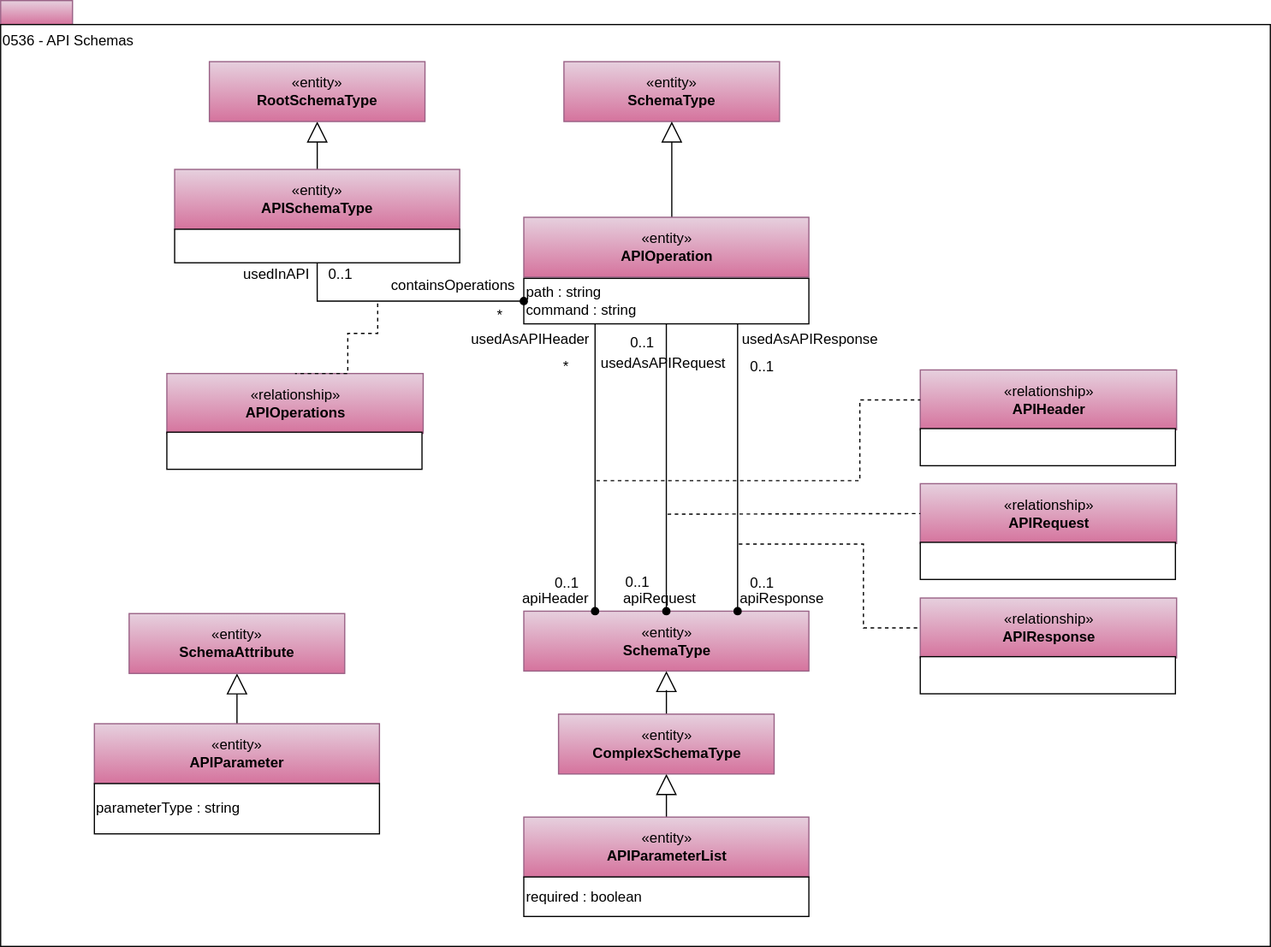
Earlier version of the draw.io export site/docs/types/5/0536-API-Schemas.svg (odpi/egeria-docs). Source tidied: cells renumbered, new cells last; positions are measured from the earlier drawing's top-left corner, leaving out a move shared by most shapes.
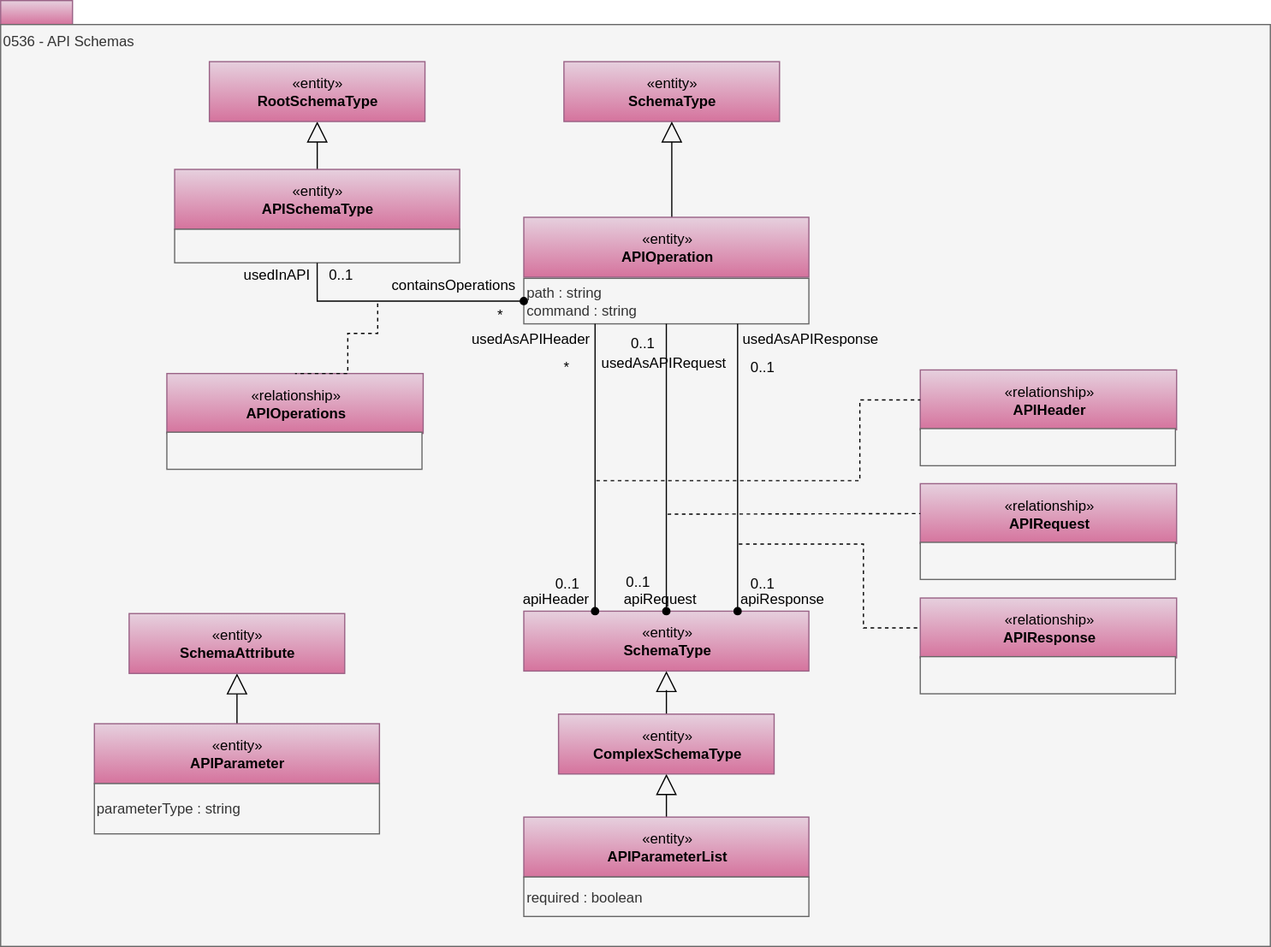
Above is the later version.

Change to the diagram source:
```diff
@@ -5,7 +5,7 @@
     <mxCell id="2" style="rounded=0;whiteSpace=wrap;html=1;align=left;fillColor=#e6d0de;strokeColor=#996185;gradientColor=#d5739d;" parent="1" vertex="1">
       <mxGeometry width="60" height="20" as="geometry" />
     </mxCell>
-    <mxCell id="3" value="0536 - API Schemas" style="rounded=0;whiteSpace=wrap;html=1;align=left;verticalAlign=top;" parent="1" vertex="1">
+    <mxCell id="3" value="0536 - API Schemas" style="rounded=0;whiteSpace=wrap;html=1;align=left;verticalAlign=top;fillColor=#f5f5f5;fontColor=#333333;strokeColor=#666666;" parent="1" vertex="1">
       <mxGeometry y="20" width="1060" height="770" as="geometry" />
     </mxCell>
     <mxCell id="4" style="edgeStyle=orthogonalEdgeStyle;rounded=0;jumpSize=16;jettySize=auto;html=1;endArrow=block;endFill=0;endSize=15;" parent="1" edge="1" source="5" target="49">
@@ -14,7 +14,7 @@
     <mxCell id="5" value="«entity»&lt;br&gt;&lt;b&gt;APISchemaType&lt;/b&gt;" style="html=1;strokeColor=#996185;align=center;fillColor=#e6d0de;gradientColor=#d5739d;" parent="1" vertex="1">
       <mxGeometry x="145.2" y="141" width="238" height="50" as="geometry" />
     </mxCell>
-    <mxCell id="6" style="rounded=0;whiteSpace=wrap;html=1;strokeColor=#000000;gradientColor=#ffffff;align=left;" parent="1" vertex="1">
+    <mxCell id="6" style="rounded=0;whiteSpace=wrap;html=1;strokeColor=#666666;align=left;fillColor=#f5f5f5;fontColor=#333333;" parent="1" vertex="1">
       <mxGeometry x="145.2" y="191" width="238" height="28" as="geometry" />
     </mxCell>
     <mxCell id="7" value="«entity»&lt;br&gt;&lt;b&gt;SchemaType&lt;/b&gt;" style="html=1;strokeColor=#996185;align=center;fillColor=#e6d0de;gradientColor=#d5739d;" parent="1" vertex="1">
@@ -31,7 +31,7 @@
     <mxCell id="9" value="«entity»&lt;br&gt;&lt;b&gt;APIOperation&lt;/b&gt;" style="html=1;strokeColor=#996185;align=center;fillColor=#e6d0de;gradientColor=#d5739d;" parent="1" vertex="1">
       <mxGeometry x="436.8" y="181" width="238" height="50" as="geometry" />
     </mxCell>
-    <mxCell id="10" value="path : string&lt;br&gt;command : string" style="rounded=0;whiteSpace=wrap;html=1;strokeColor=#000000;gradientColor=#ffffff;align=left;" parent="1" vertex="1">
+    <mxCell id="10" value="path : string&lt;br&gt;command : string" style="rounded=0;whiteSpace=wrap;html=1;strokeColor=#666666;align=left;fillColor=#f5f5f5;fontColor=#333333;" parent="1" vertex="1">
       <mxGeometry x="436.8" y="232" width="238" height="38" as="geometry" />
     </mxCell>
     <mxCell id="11" value="*" style="text;html=1;strokeColor=none;fillColor=none;align=center;verticalAlign=middle;whiteSpace=wrap;rounded=0;" parent="1" vertex="1">
@@ -58,7 +58,7 @@
         </Array>
       </mxGeometry>
     </mxCell>
-    <mxCell id="17" value="&lt;div style=&quot;text-align: left&quot;&gt;&lt;br&gt;&lt;/div&gt;" style="rounded=0;whiteSpace=wrap;html=1;strokeColor=#000000;gradientColor=#ffffff;align=left;" parent="1" vertex="1">
+    <mxCell id="17" value="&lt;div style=&quot;text-align: left&quot;&gt;&lt;br&gt;&lt;/div&gt;" style="rounded=0;whiteSpace=wrap;html=1;strokeColor=#666666;align=left;fillColor=#f5f5f5;fontColor=#333333;" parent="1" vertex="1">
       <mxGeometry x="138.8" y="360.5" width="213" height="31" as="geometry" />
     </mxCell>
     <mxCell id="18" value="«entity»&lt;br&gt;&lt;b&gt;SchemaType&lt;/b&gt;" style="html=1;strokeColor=#996185;align=center;fillColor=#e6d0de;gradientColor=#d5739d;" parent="1" vertex="1">
@@ -113,7 +113,7 @@
         </Array>
       </mxGeometry>
     </mxCell>
-    <mxCell id="33" value="&lt;div style=&quot;text-align: left&quot;&gt;&lt;br&gt;&lt;/div&gt;" style="rounded=0;whiteSpace=wrap;html=1;strokeColor=#000000;gradientColor=#ffffff;align=left;" parent="1" vertex="1">
+    <mxCell id="33" value="&lt;div style=&quot;text-align: left&quot;&gt;&lt;br&gt;&lt;/div&gt;" style="rounded=0;whiteSpace=wrap;html=1;strokeColor=#666666;align=left;fillColor=#f5f5f5;fontColor=#333333;" parent="1" vertex="1">
       <mxGeometry x="767.8" y="357.5" width="213" height="31" as="geometry" />
     </mxCell>
     <mxCell id="34" value="«relationship»&lt;br&gt;&lt;b&gt;APIRequest&lt;br&gt;&lt;/b&gt;" style="html=1;strokeColor=#996185;align=center;fillColor=#e6d0de;gradientColor=#d5739d;" parent="1" vertex="1">
@@ -127,7 +127,7 @@
         </Array>
       </mxGeometry>
     </mxCell>
-    <mxCell id="36" value="&lt;div style=&quot;text-align: left&quot;&gt;&lt;br&gt;&lt;/div&gt;" style="rounded=0;whiteSpace=wrap;html=1;strokeColor=#000000;gradientColor=#ffffff;align=left;" parent="1" vertex="1">
+    <mxCell id="36" value="&lt;div style=&quot;text-align: left&quot;&gt;&lt;br&gt;&lt;/div&gt;" style="rounded=0;whiteSpace=wrap;html=1;strokeColor=#666666;align=left;fillColor=#f5f5f5;fontColor=#333333;" parent="1" vertex="1">
       <mxGeometry x="767.8" y="452.5" width="213" height="31" as="geometry" />
     </mxCell>
     <mxCell id="37" value="«relationship»&lt;br&gt;&lt;b&gt;APIResponse&lt;br&gt;&lt;/b&gt;" style="html=1;strokeColor=#996185;align=center;fillColor=#e6d0de;gradientColor=#d5739d;" parent="1" vertex="1">
@@ -142,7 +142,7 @@
         </Array>
       </mxGeometry>
     </mxCell>
-    <mxCell id="39" value="&lt;div style=&quot;text-align: left&quot;&gt;&lt;br&gt;&lt;/div&gt;" style="rounded=0;whiteSpace=wrap;html=1;strokeColor=#000000;gradientColor=#ffffff;align=left;" parent="1" vertex="1">
+    <mxCell id="39" value="&lt;div style=&quot;text-align: left&quot;&gt;&lt;br&gt;&lt;/div&gt;" style="rounded=0;whiteSpace=wrap;html=1;strokeColor=#666666;align=left;fillColor=#f5f5f5;fontColor=#333333;" parent="1" vertex="1">
       <mxGeometry x="767.8" y="548" width="213" height="31" as="geometry" />
     </mxCell>
     <mxCell id="40" style="edgeStyle=orthogonalEdgeStyle;rounded=0;jettySize=auto;html=1;endArrow=block;endFill=0;endSize=15;" parent="1" edge="1" source="41" target="47">
@@ -156,7 +156,7 @@
     <mxCell id="41" value="«entity»&lt;br&gt;&lt;b&gt;APIParameterList&lt;/b&gt;" style="html=1;strokeColor=#996185;align=center;fillColor=#e6d0de;gradientColor=#d5739d;" parent="1" vertex="1">
       <mxGeometry x="436.8" y="682" width="238" height="50" as="geometry" />
     </mxCell>
-    <mxCell id="42" value="required : boolean" style="rounded=0;whiteSpace=wrap;html=1;strokeColor=#000000;gradientColor=#ffffff;align=left;" parent="1" vertex="1">
+    <mxCell id="42" value="required : boolean" style="rounded=0;whiteSpace=wrap;html=1;strokeColor=#666666;align=left;fillColor=#f5f5f5;fontColor=#333333;" parent="1" vertex="1">
       <mxGeometry x="436.8" y="732" width="238" height="33" as="geometry" />
     </mxCell>
     <mxCell id="43" style="edgeStyle=orthogonalEdgeStyle;rounded=0;jettySize=auto;html=1;endArrow=block;endFill=0;endSize=15;" parent="1" edge="1" source="44" target="48">
@@ -165,7 +165,7 @@
     <mxCell id="44" value="«entity»&lt;br&gt;&lt;b&gt;APIParameter&lt;/b&gt;" style="html=1;strokeColor=#996185;align=center;fillColor=#e6d0de;gradientColor=#d5739d;" parent="1" vertex="1">
       <mxGeometry x="78.2" y="604" width="238" height="50" as="geometry" />
     </mxCell>
-    <mxCell id="45" value="parameterType : string" style="rounded=0;whiteSpace=wrap;html=1;strokeColor=#000000;gradientColor=#ffffff;align=left;" parent="1" vertex="1">
+    <mxCell id="45" value="parameterType : string" style="rounded=0;whiteSpace=wrap;html=1;strokeColor=#666666;align=left;fillColor=#f5f5f5;fontColor=#333333;" parent="1" vertex="1">
       <mxGeometry x="78.2" y="654" width="238" height="42" as="geometry" />
     </mxCell>
     <mxCell id="46" style="edgeStyle=orthogonalEdgeStyle;rounded=0;jettySize=auto;html=1;endArrow=block;endFill=0;endSize=15;" parent="1" edge="1" source="47" target="18">
```
